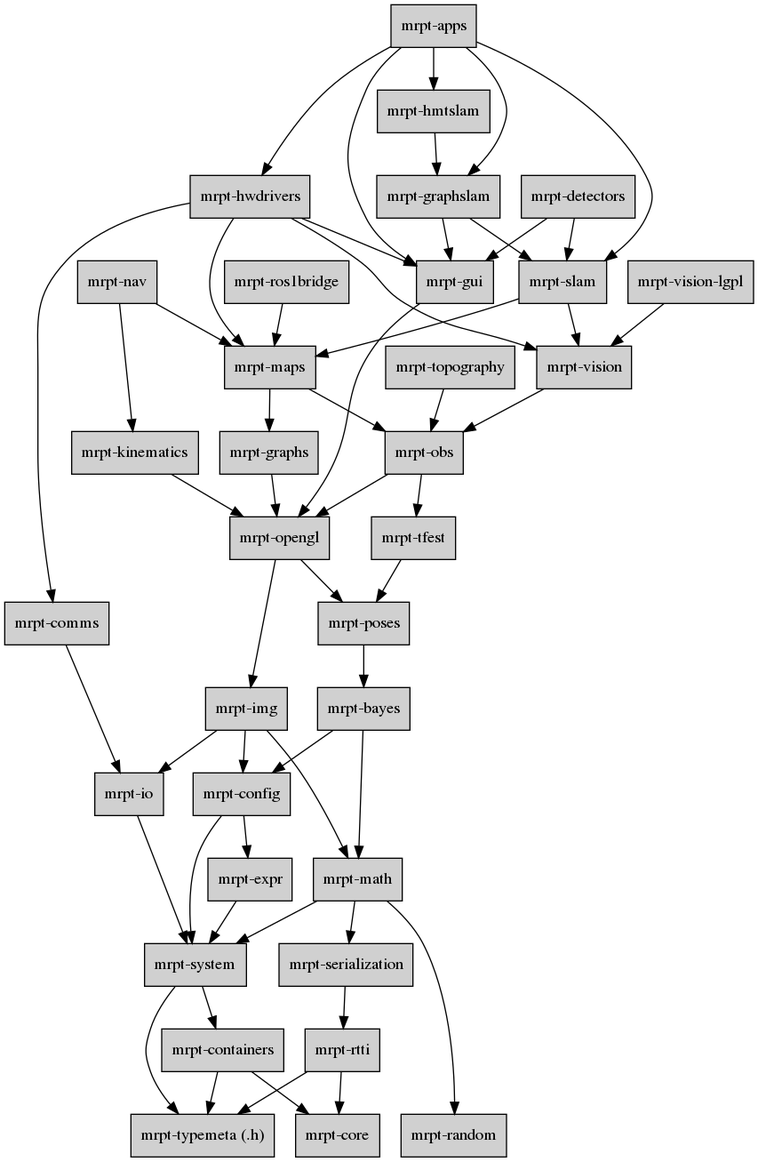
The Graphviz diagram doc/source/images/graph_mrpt_libs.png in mrpt-ros-pkg-release/mrpt2-release, before a commit. Its source is kept beside it as doc/source/images/graph_mrpt_libs.dot.
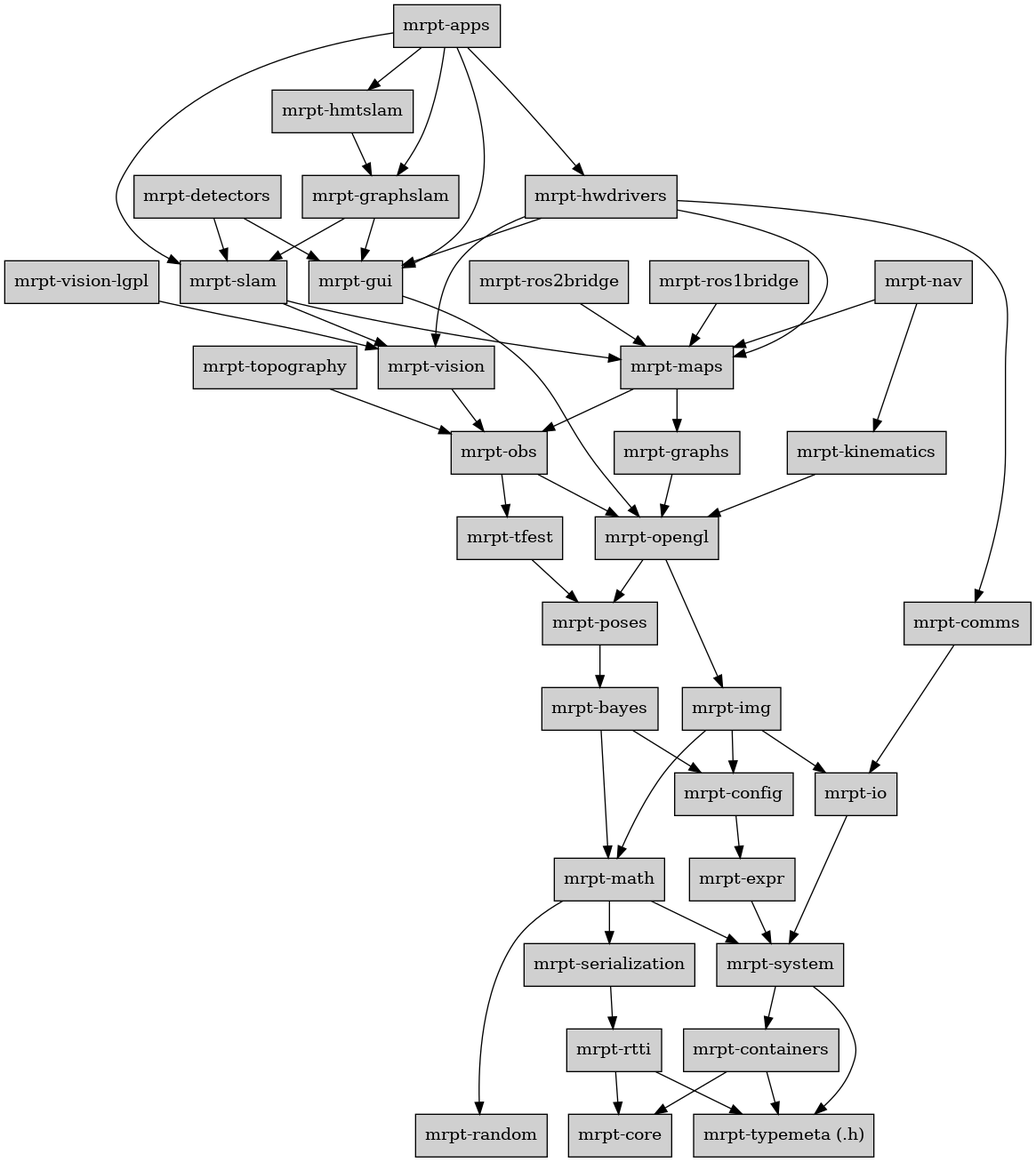
Later version of the same file.

The edit, as a diff of the source:
```diff
@@ -18,7 +18,6 @@
 
 	config   [label="mrpt-config",URL="group_mrpt_config_grp.html"];
 	config -> expr;
-	config -> system;
 
 	containers  [label="mrpt-containers",URL="group_mrpt_containers_grp.html"];
 	containers -> core;
@@ -100,6 +99,9 @@
 	ros1bridge   [label="mrpt-ros1bridge", URL="group_mrpt_ros1bridge_grp.html"];
 	ros1bridge -> maps;
 
+	ros2bridge   [label="mrpt-ros2bridge", URL="group_mrpt_ros2bridge_grp.html"];
+	ros2bridge -> maps;
+
 	serialization [label="mrpt-serialization",URL="group_mrpt_serialization_grp.html"];
 	serialization -> rtti;
 
```
